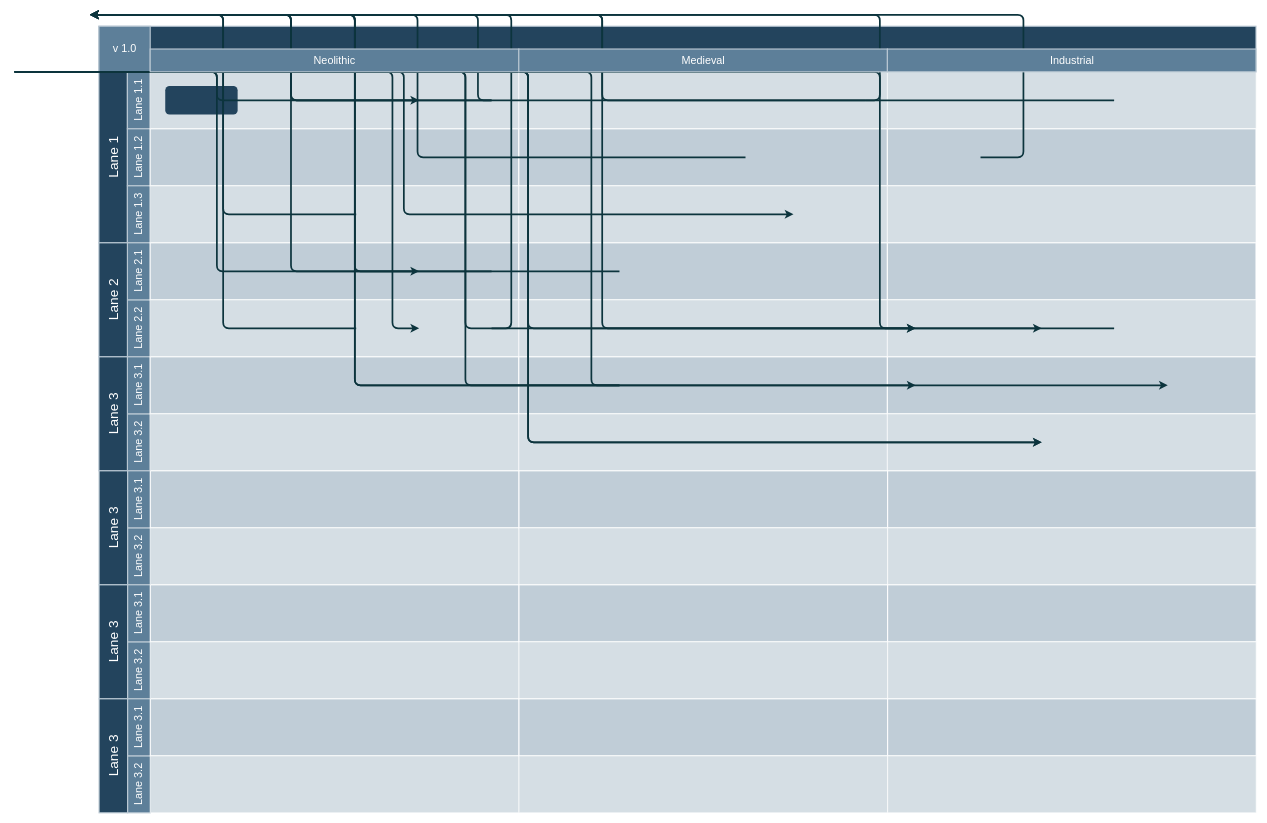
Before: Untitled Diagram.drawio in WaveshaperAT/RWDebloatProject-Buildings, a draw.io diagram. Source tidied: cells renumbered, new cells numbered last; positions are measured from the earlier drawing's top-left corner, leaving out a move shared by most shapes. Both pictures are drawn from the tidied source at 57%, with x=0, y=0 at pixel (14, 14).
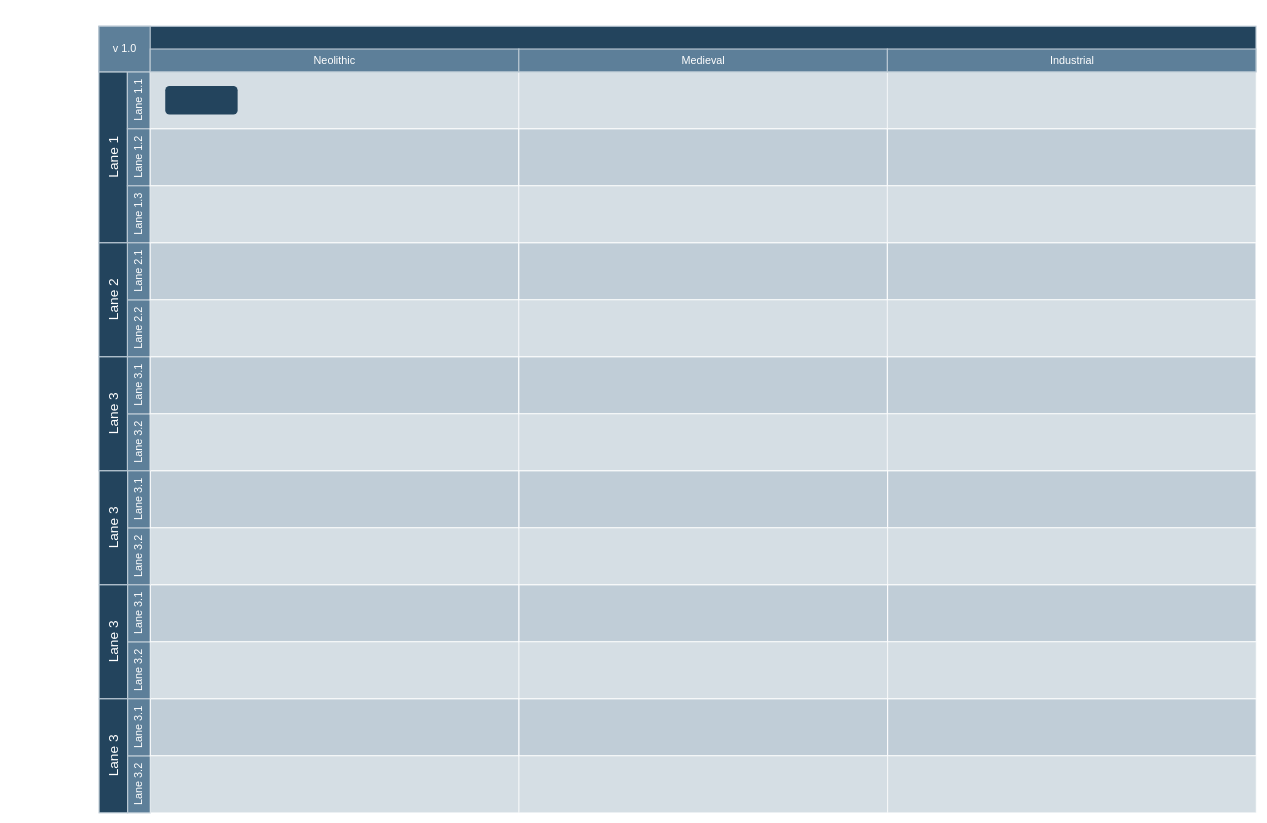
The same diagram, later.

What changed in the source:
```diff
@@
-    <mxCell id="36" style="edgeStyle=elbowEdgeStyle;elbow=horizontal;strokeWidth=3;strokeColor=#0C343D;fontFamily=Helvetica;html=1;" parent="1" edge="1">
-      <mxGeometry x="6.4" y="830.5" as="geometry">
-        <mxPoint x="0.4" y="100.5" as="sourcePoint" />
-        <mxPoint x="709.9" y="150.5" as="targetPoint" />
-      </mxGeometry>
-    </mxCell>
-    <mxCell id="37" style="edgeStyle=elbowEdgeStyle;elbow=horizontal;strokeWidth=3;strokeColor=#0C343D;fontFamily=Helvetica;html=1;" parent="1" edge="1">
-      <mxGeometry x="6.4" y="830.5" as="geometry">
-        <mxPoint x="599.4" y="350.5" as="sourcePoint" />
-        <mxPoint x="132.4" y="0.5" as="targetPoint" />
-      </mxGeometry>
-    </mxCell>
-    <mxCell id="38" style="edgeStyle=elbowEdgeStyle;elbow=horizontal;strokeWidth=3;strokeColor=#0C343D;fontFamily=Helvetica;html=1;" parent="1" edge="1">
-      <mxGeometry x="6.4" y="830.5" as="geometry">
-        <mxPoint x="0.4" y="100.5" as="sourcePoint" />
-        <mxPoint x="709.9" y="450.5" as="targetPoint" />
-      </mxGeometry>
-    </mxCell>
-    <mxCell id="39" style="edgeStyle=elbowEdgeStyle;elbow=horizontal;strokeWidth=3;strokeColor=#0C343D;fontFamily=Helvetica;html=1;" parent="1" edge="1">
-      <mxGeometry x="6.4" y="830.5" as="geometry">
-        <mxPoint x="599.4" y="550.5" as="sourcePoint" />
-        <mxPoint x="132.4" y="0.5" as="targetPoint" />
-      </mxGeometry>
-    </mxCell>
-    <mxCell id="40" style="edgeStyle=elbowEdgeStyle;elbow=horizontal;strokeWidth=3;strokeColor=#0C343D;fontFamily=Helvetica;html=1;" parent="1" edge="1">
-      <mxGeometry x="6.4" y="830.5" as="geometry">
-        <mxPoint x="0.4" y="100.5" as="sourcePoint" />
-        <mxPoint x="709.9" y="550.5" as="targetPoint" />
-        <Array as="points">
-          <mxPoint x="663" y="604.5" />
-        </Array>
-      </mxGeometry>
-    </mxCell>
-    <mxCell id="41" style="edgeStyle=elbowEdgeStyle;elbow=horizontal;strokeWidth=3;strokeColor=#0C343D;fontFamily=Helvetica;html=1;" parent="1" edge="1">
-      <mxGeometry x="6.4" y="830.5" as="geometry">
-        <mxPoint x="836.9" y="150.5" as="sourcePoint" />
-        <mxPoint x="132.4" y="0.5" as="targetPoint" />
-      </mxGeometry>
-    </mxCell>
-    <mxCell id="42" style="edgeStyle=elbowEdgeStyle;elbow=horizontal;strokeWidth=3;strokeColor=#0C343D;fontFamily=Helvetica;html=1;" parent="1" edge="1">
-      <mxGeometry x="6.4" y="830.5" as="geometry">
-        <mxPoint x="836.9" y="450.5" as="sourcePoint" />
-        <mxPoint x="132.4" y="0.5" as="targetPoint" />
-      </mxGeometry>
-    </mxCell>
-    <mxCell id="43" style="edgeStyle=elbowEdgeStyle;elbow=horizontal;strokeWidth=3;strokeColor=#0C343D;fontFamily=Helvetica;html=1;" parent="1" edge="1">
-      <mxGeometry x="6.4" y="830.5" as="geometry">
-        <mxPoint x="1061.3" y="450.5" as="sourcePoint" />
-        <mxPoint x="132.4" y="0.5" as="targetPoint" />
-      </mxGeometry>
-    </mxCell>
-    <mxCell id="44" style="edgeStyle=elbowEdgeStyle;elbow=horizontal;strokeWidth=3;strokeColor=#0C343D;fontFamily=Helvetica;html=1;" parent="1" edge="1">
-      <mxGeometry x="6.4" y="830.5" as="geometry">
-        <mxPoint x="836.9" y="150.5" as="sourcePoint" />
-        <mxPoint x="132.4" y="0.5" as="targetPoint" />
-      </mxGeometry>
-    </mxCell>
-    <mxCell id="45" style="edgeStyle=elbowEdgeStyle;elbow=horizontal;strokeWidth=3;strokeColor=#0C343D;fontFamily=Helvetica;html=1;" parent="1" edge="1">
-      <mxGeometry x="6.4" y="830.5" as="geometry">
-        <mxPoint x="836.9" y="550.5" as="sourcePoint" />
-        <mxPoint x="132.4" y="0.5" as="targetPoint" />
-        <Array as="points">
-          <mxPoint x="871.5" y="600.5" />
-        </Array>
-      </mxGeometry>
-    </mxCell>
-    <mxCell id="46" style="edgeStyle=elbowEdgeStyle;elbow=horizontal;strokeWidth=3;strokeColor=#0C343D;fontFamily=Helvetica;html=1;" parent="1" edge="1">
-      <mxGeometry x="6.4" y="830.5" as="geometry">
-        <mxPoint x="1061.3" y="650.5" as="sourcePoint" />
-        <mxPoint x="132.4" y="0.5" as="targetPoint" />
-      </mxGeometry>
-    </mxCell>
-    <mxCell id="47" style="edgeStyle=elbowEdgeStyle;elbow=horizontal;strokeWidth=3;strokeColor=#0C343D;fontFamily=Helvetica;html=1;" parent="1" edge="1">
-      <mxGeometry x="6.4" y="830.5" as="geometry">
-        <mxPoint x="1061.3" y="650.5" as="sourcePoint" />
-        <mxPoint x="132.4" y="0.5" as="targetPoint" />
-      </mxGeometry>
-    </mxCell>
-    <mxCell id="48" style="edgeStyle=elbowEdgeStyle;elbow=horizontal;strokeWidth=3;strokeColor=#0C343D;fontFamily=Helvetica;html=1;" parent="1" edge="1">
-      <mxGeometry x="6.4" y="830.5" as="geometry">
-        <mxPoint x="0.4" y="100.5" as="sourcePoint" />
-        <mxPoint x="1802.1" y="750.5" as="targetPoint" />
-      </mxGeometry>
-    </mxCell>
-    <mxCell id="49" style="edgeStyle=elbowEdgeStyle;elbow=horizontal;strokeWidth=3;strokeColor=#0C343D;fontFamily=Helvetica;html=1;" parent="1" edge="1">
-      <mxGeometry x="6.4" y="830.5" as="geometry">
-        <mxPoint x="0.4" y="100.5" as="sourcePoint" />
-        <mxPoint x="2023.2" y="650.5" as="targetPoint" />
-      </mxGeometry>
-    </mxCell>
-    <mxCell id="50" style="edgeStyle=elbowEdgeStyle;elbow=horizontal;strokeWidth=3;strokeColor=#0C343D;fontFamily=Helvetica;html=1;" parent="1" edge="1">
-      <mxGeometry x="6.4" y="830.5" as="geometry">
-        <mxPoint x="1694.7" y="250.5" as="sourcePoint" />
-        <mxPoint x="132.4" y="0.5" as="targetPoint" />
-        <Array as="points">
-          <mxPoint x="1770" y="450.5" />
-        </Array>
-      </mxGeometry>
-    </mxCell>
-    <mxCell id="51" style="edgeStyle=elbowEdgeStyle;elbow=horizontal;strokeWidth=3;strokeColor=#0C343D;fontFamily=Helvetica;html=1;" parent="1" edge="1">
-      <mxGeometry x="6.4" y="830.5" as="geometry">
-        <mxPoint x="0.4" y="100.5" as="sourcePoint" />
-        <mxPoint x="1802.1" y="750.5" as="targetPoint" />
-      </mxGeometry>
-    </mxCell>
-    <mxCell id="52" style="edgeStyle=elbowEdgeStyle;elbow=horizontal;strokeWidth=3;strokeColor=#0C343D;fontFamily=Helvetica;html=1;" parent="1" edge="1">
-      <mxGeometry x="6.4" y="830.5" as="geometry">
-        <mxPoint x="0.4" y="100.5" as="sourcePoint" />
-        <mxPoint x="1580.9" y="550.5" as="targetPoint" />
-      </mxGeometry>
-    </mxCell>
-    <mxCell id="53" style="edgeStyle=elbowEdgeStyle;elbow=horizontal;strokeWidth=3;strokeColor=#0C343D;fontFamily=Helvetica;html=1;" parent="1" edge="1">
-      <mxGeometry x="6.4" y="830.5" as="geometry">
-        <mxPoint x="0.4" y="100.5" as="sourcePoint" />
-        <mxPoint x="1580.9" y="650.5" as="targetPoint" />
-      </mxGeometry>
-    </mxCell>
-    <mxCell id="54" style="edgeStyle=elbowEdgeStyle;elbow=horizontal;strokeWidth=3;strokeColor=#0C343D;fontFamily=Helvetica;html=1;" parent="1" edge="1">
-      <mxGeometry x="6.4" y="830.5" as="geometry">
-        <mxPoint x="0.4" y="100.5" as="sourcePoint" />
-        <mxPoint x="1366.6" y="350.5" as="targetPoint" />
-      </mxGeometry>
-    </mxCell>
-    <mxCell id="55" style="edgeStyle=elbowEdgeStyle;elbow=horizontal;strokeWidth=3;strokeColor=#0C343D;fontFamily=Helvetica;html=1;" parent="1" edge="1">
-      <mxGeometry x="6.4" y="830.5" as="geometry">
-        <mxPoint x="1282.4" y="250.5" as="sourcePoint" />
-        <mxPoint x="132.4" y="0.5" as="targetPoint" />
-      </mxGeometry>
-    </mxCell>
-    <mxCell id="56" style="edgeStyle=elbowEdgeStyle;elbow=horizontal;strokeWidth=3;strokeColor=#0C343D;fontFamily=Helvetica;html=1;" parent="1" edge="1">
-      <mxGeometry x="6.4" y="830.5" as="geometry">
-        <mxPoint x="1493.6" y="150.5" as="sourcePoint" />
-        <mxPoint x="132.4" y="0.5" as="targetPoint" />
-        <Array as="points">
-          <mxPoint x="1518.1" y="200.5" />
-        </Array>
-      </mxGeometry>
-    </mxCell>
-    <mxCell id="57" style="edgeStyle=elbowEdgeStyle;elbow=horizontal;strokeWidth=3;strokeColor=#0C343D;fontFamily=Helvetica;html=1;" parent="1" edge="1">
-      <mxGeometry x="6.4" y="830.5" as="geometry">
-        <mxPoint x="1493.6" y="150.5" as="sourcePoint" />
-        <mxPoint x="132.4" y="0.5" as="targetPoint" />
-      </mxGeometry>
-    </mxCell>
-    <mxCell id="58" style="edgeStyle=elbowEdgeStyle;elbow=horizontal;strokeWidth=3;strokeColor=#0C343D;fontFamily=Helvetica;html=1;" parent="1" edge="1">
-      <mxGeometry x="6.4" y="830.5" as="geometry">
-        <mxPoint x="1929.1" y="150.5" as="sourcePoint" />
-        <mxPoint x="132.4" y="0.5" as="targetPoint" />
-      </mxGeometry>
-    </mxCell>
-    <mxCell id="59" style="edgeStyle=elbowEdgeStyle;elbow=horizontal;strokeWidth=3;strokeColor=#0C343D;fontFamily=Helvetica;html=1;" parent="1" edge="1">
-      <mxGeometry x="6.4" y="830.5" as="geometry">
-        <mxPoint x="1929.1" y="550.5" as="sourcePoint" />
-        <mxPoint x="132.4" y="0.5" as="targetPoint" />
-      </mxGeometry>
-    </mxCell>
-    <mxCell id="60" style="edgeStyle=elbowEdgeStyle;elbow=horizontal;strokeWidth=3;strokeColor=#0C343D;fontFamily=Helvetica;html=1;" parent="1" edge="1">
-      <mxGeometry x="6.4" y="830.5" as="geometry">
-        <mxPoint x="0.4" y="100.5" as="sourcePoint" />
-        <mxPoint x="1802.1" y="550.5" as="targetPoint" />
-      </mxGeometry>
-    </mxCell>
-    <mxCell id="61" style="edgeStyle=elbowEdgeStyle;elbow=horizontal;strokeWidth=3;strokeColor=#0C343D;fontFamily=Helvetica;html=1;" parent="1" edge="1">
-      <mxGeometry x="6.4" y="830.5" as="geometry">
-        <mxPoint x="0.4" y="100.5" as="sourcePoint" />
-        <mxPoint x="1580.9" y="550.5" as="targetPoint" />
-        <Array as="points">
-          <mxPoint x="1518.1" y="450.5" />
-        </Array>
-      </mxGeometry>
-    </mxCell>
```
